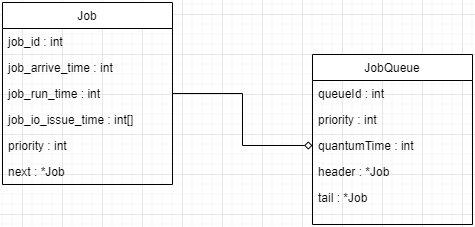
Earlier version of the draw.io export mlfq/DS.drawio.png (ymtowya/hw5600). Source tidied: cells renumbered, new cells last; positions are measured from the earlier drawing's top-left corner, leaving out a move shared by most shapes.
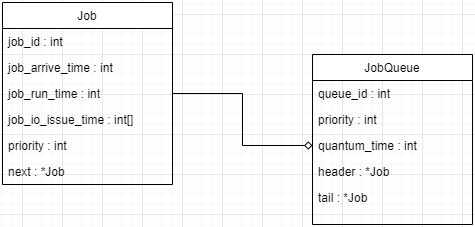
The same file after the commit.

What changed in the source:
```diff
@@ -1,8 +1,8 @@
 <mxGraphModel>
   <root>
-    <mxCell id="0" />
-    <mxCell id="1" parent="0" />
+    <mxCell id="16" />
+    <mxCell id="17" parent="16" />
-    <mxCell id="2" value="Job" style="swimlane;fontStyle=0;align=center;verticalAlign=top;horizontal=1;startSize=26;rounded=0;shadow=0;strokeWidth=1;swimlaneLine=1;" parent="1" vertex="1">
+    <mxCell id="2" value="Job" style="swimlane;fontStyle=0;align=center;verticalAlign=top;horizontal=1;startSize=26;rounded=0;shadow=0;strokeWidth=1;swimlaneLine=1;" parent="17" vertex="1">
       <mxGeometry width="170" height="182" as="geometry" />
     </mxCell>
     <mxCell id="3" value="job_id : int" style="text;align=left;verticalAlign=top;spacingLeft=4;spacingRight=4;overflow=hidden;" parent="2" vertex="1">
@@ -23,26 +23,26 @@
     <mxCell id="8" value="next : *Job" style="text;align=left;verticalAlign=top;spacingLeft=4;spacingRight=4;overflow=hidden;rounded=0;shadow=0;html=0;" parent="2" vertex="1">
       <mxGeometry y="156" width="170" height="26" as="geometry" />
     </mxCell>
-    <mxCell id="9" value="JobQueue" style="swimlane;fontStyle=0;align=center;verticalAlign=top;horizontal=1;startSize=26;rounded=0;shadow=0;strokeWidth=1;" parent="1" vertex="1">
+    <mxCell id="9" value="JobQueue" style="swimlane;fontStyle=0;align=center;verticalAlign=top;horizontal=1;startSize=26;rounded=0;shadow=0;strokeWidth=1;" parent="17" vertex="1">
       <mxGeometry x="310" y="52" width="160" height="170" as="geometry" />
     </mxCell>
-    <mxCell id="10" value="queueId : int" style="text;align=left;verticalAlign=top;spacingLeft=4;spacingRight=4;overflow=hidden;" parent="9" vertex="1">
-      <mxGeometry y="26" width="160" height="26" as="geometry" />
-    </mxCell>
+    <mxCell id="18" value="queue_id : int" style="text;align=left;verticalAlign=top;spacingLeft=4;spacingRight=4;overflow=hidden;" parent="9" vertex="1">
+      <mxGeometry y="26" width="160" height="26" as="geometry" />
+    </mxCell>
     <mxCell id="11" value="priority : int" style="text;align=left;verticalAlign=top;spacingLeft=4;spacingRight=4;overflow=hidden;rounded=0;shadow=0;html=0;" parent="9" vertex="1">
       <mxGeometry y="52" width="160" height="26" as="geometry" />
     </mxCell>
-    <mxCell id="12" value="quantumTime : int" style="text;align=left;verticalAlign=top;spacingLeft=4;spacingRight=4;overflow=hidden;points=[[0,0.5],[1,0.5]];portConstraint=eastwest;rounded=0;shadow=0;html=0;" parent="9" vertex="1">
-      <mxGeometry y="78" width="160" height="26" as="geometry" />
-    </mxCell>
+    <mxCell id="19" value="quantum_time : int" style="text;align=left;verticalAlign=top;spacingLeft=4;spacingRight=4;overflow=hidden;points=[[0,0.5],[1,0.5]];portConstraint=eastwest;rounded=0;shadow=0;html=0;" parent="9" vertex="1">
+      <mxGeometry y="78" width="160" height="26" as="geometry" />
+    </mxCell>
     <mxCell id="13" value="header : *Job" style="text;align=left;verticalAlign=top;spacingLeft=4;spacingRight=4;overflow=hidden;rounded=0;shadow=0;html=0;" parent="9" vertex="1">
       <mxGeometry y="104" width="160" height="26" as="geometry" />
     </mxCell>
     <mxCell id="14" value="tail : *Job" style="text;align=left;verticalAlign=top;spacingLeft=4;spacingRight=4;overflow=hidden;rounded=0;shadow=0;html=0;" parent="9" vertex="1">
       <mxGeometry y="130" width="160" height="26" as="geometry" />
     </mxCell>
-    <mxCell id="15" style="edgeStyle=orthogonalEdgeStyle;rounded=0;jettySize=auto;html=1;entryX=1;entryY=0.5;entryDx=0;entryDy=0;startArrow=diamond;startFill=0;endArrow=none;endFill=0;" parent="1" edge="1" source="12" target="5">
-      <mxGeometry relative="1" as="geometry" />
-    </mxCell>
+    <mxCell id="20" style="edgeStyle=orthogonalEdgeStyle;rounded=0;jettySize=auto;html=1;entryX=1;entryY=0.5;entryDx=0;entryDy=0;startArrow=diamond;startFill=0;endArrow=none;endFill=0;" parent="17" edge="1" source="19" target="5">
+      <mxGeometry relative="1" as="geometry" />
+    </mxCell>
   </root>
 </mxGraphModel>
```
